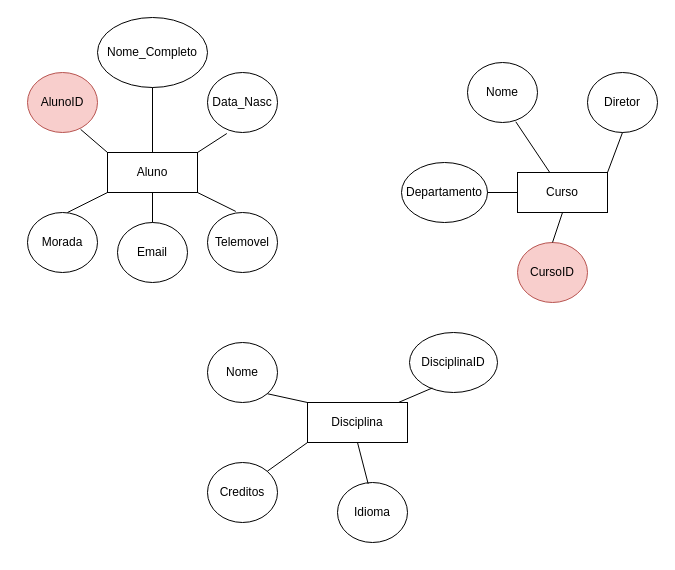
This is Modelo EA - Pratica 1/pratica1.drawio from joaoabreu1/flowcharts, a draw.io file, before an edit. Source tidied: cells renumbered, new cells numbered last; positions are measured from the earlier drawing's top-left corner, leaving out a move shared by most shapes. Both pictures are drawn from the tidied source at 100%, with x=0, y=0 at pixel (27, 17).
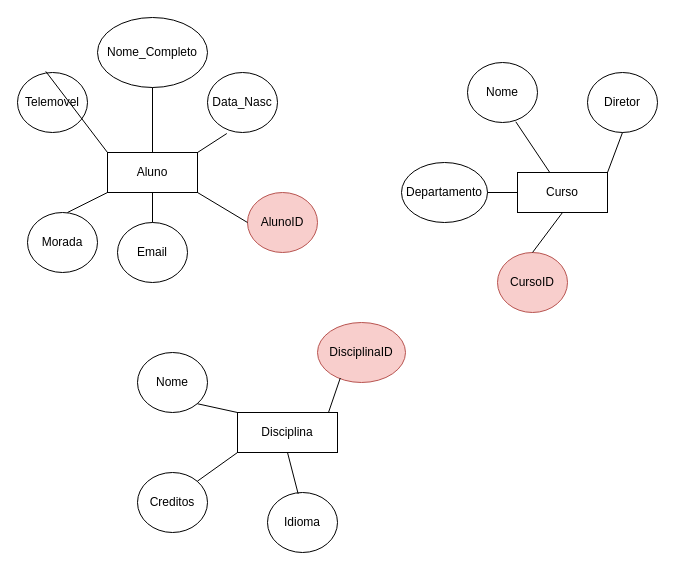
Above is the later version.

Unchanged cells that the change refers to:
```xml
<mxCell id="4" value="Aluno" style="rounded=0;whiteSpace=wrap;html=1;" parent="1" vertex="1">
  <mxGeometry x="80" y="135" width="90" height="40" as="geometry" />
</mxCell>
```

Diff of the diagram source:
```diff
@@
     <mxCell id="2" value="AlunoID" style="ellipse;whiteSpace=wrap;html=1;fillColor=#f8cecc;strokeColor=#b85450;" parent="1" vertex="1">
-      <mxGeometry y="55" width="70" height="60" as="geometry" />
+      <mxGeometry x="220" y="175" width="70" height="60" as="geometry" />
     </mxCell>
@@
     <mxCell id="5" value="Disciplina" style="rounded=0;whiteSpace=wrap;html=1;" parent="1" vertex="1">
-      <mxGeometry x="280" y="385" width="100" height="40" as="geometry" />
+      <mxGeometry x="210" y="395" width="100" height="40" as="geometry" />
     </mxCell>
@@
     <mxCell id="10" value="Telemovel" style="ellipse;whiteSpace=wrap;html=1;" parent="1" vertex="1">
-      <mxGeometry x="180" y="195" width="70" height="60" as="geometry" />
+      <mxGeometry x="-10" y="55" width="70" height="60" as="geometry" />
     </mxCell>
@@
-    <mxCell id="13" style="endArrow=none;html=1;rounded=0;entryX=0.759;entryY=0.948;entryDx=0;entryDy=0;exitX=0;exitY=0;exitDx=0;exitDy=0;entryPerimeter=0;" parent="1" edge="1" source="4" target="2">
+    <mxCell id="13" style="endArrow=none;html=1;rounded=0;entryX=0;entryY=0.5;entryDx=0;entryDy=0;exitX=1;exitY=1;exitDx=0;exitDy=0;" parent="1" edge="1" source="4" target="2">
       <mxGeometry relative="1" as="geometry" />
     </mxCell>
@@
-    <mxCell id="16" style="endArrow=none;html=1;rounded=0;entryX=1;entryY=1;entryDx=0;entryDy=0;exitX=0.404;exitY=-0.018;exitDx=0;exitDy=0;exitPerimeter=0;" parent="1" edge="1" source="10" target="4">
+    <mxCell id="16" style="endArrow=none;html=1;rounded=0;entryX=0;entryY=0;entryDx=0;entryDy=0;exitX=0.404;exitY=-0.018;exitDx=0;exitDy=0;exitPerimeter=0;" parent="1" edge="1" source="10" target="4">
       <mxGeometry relative="1" as="geometry" />
     </mxCell>
@@
     <mxCell id="20" value="CursoID" style="ellipse;whiteSpace=wrap;html=1;fillColor=#f8cecc;strokeColor=#b85450;" parent="1" vertex="1">
-      <mxGeometry x="490" y="225" width="70" height="60" as="geometry" />
+      <mxGeometry x="470" y="235" width="70" height="60" as="geometry" />
     </mxCell>
@@
     <mxCell id="25" value="Nome" style="ellipse;whiteSpace=wrap;html=1;" parent="1" vertex="1">
-      <mxGeometry x="180" y="325" width="70" height="60" as="geometry" />
+      <mxGeometry x="110" y="335" width="70" height="60" as="geometry" />
     </mxCell>
     <mxCell id="26" value="Creditos" style="ellipse;whiteSpace=wrap;html=1;" parent="1" vertex="1">
-      <mxGeometry x="180" y="445" width="70" height="60" as="geometry" />
+      <mxGeometry x="110" y="455" width="70" height="60" as="geometry" />
     </mxCell>
     <mxCell id="27" value="Idioma" style="ellipse;whiteSpace=wrap;html=1;" parent="1" vertex="1">
-      <mxGeometry x="310" y="465" width="70" height="60" as="geometry" />
+      <mxGeometry x="240" y="475" width="70" height="60" as="geometry" />
     </mxCell>
@@
-    <mxCell id="31" value="DisciplinaID" style="ellipse;whiteSpace=wrap;html=1;" parent="1" vertex="1">
-      <mxGeometry x="382" y="315" width="88" height="60" as="geometry" />
+    <mxCell id="31" value="DisciplinaID" style="ellipse;whiteSpace=wrap;html=1;fillColor=#f8cecc;strokeColor=#b85450;" parent="1" vertex="1">
+      <mxGeometry x="290" y="305" width="88" height="60" as="geometry" />
     </mxCell>
```
